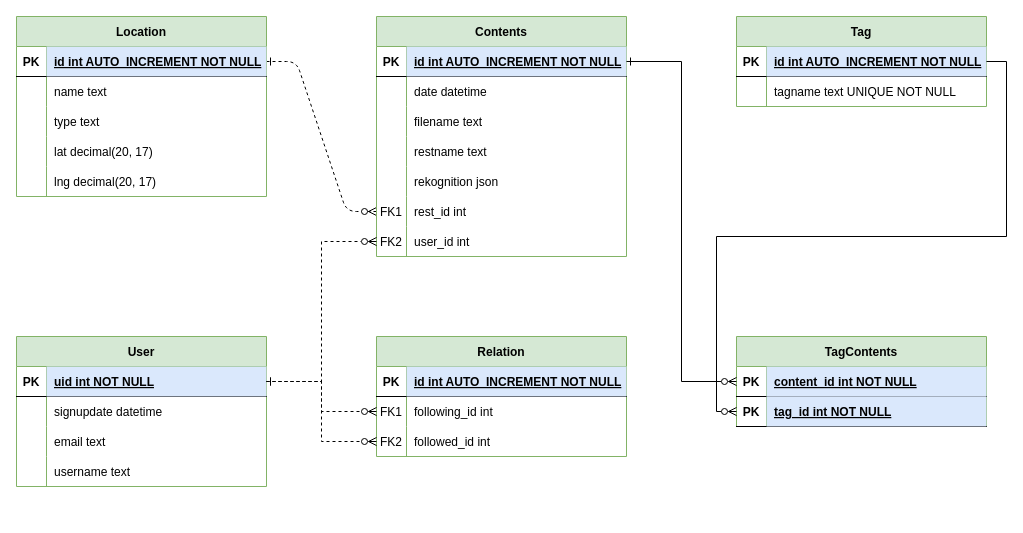
Above: Entity Relation Diagram.drawio in flavor-us/backend (draw.io), before the change. Source tidied: cells renumbered, new cells numbered last; positions are measured from the earlier drawing's top-left corner, leaving out a move shared by most shapes. Both pictures are drawn from the tidied source at 100%, with x=0, y=0 at pixel (16, 16).
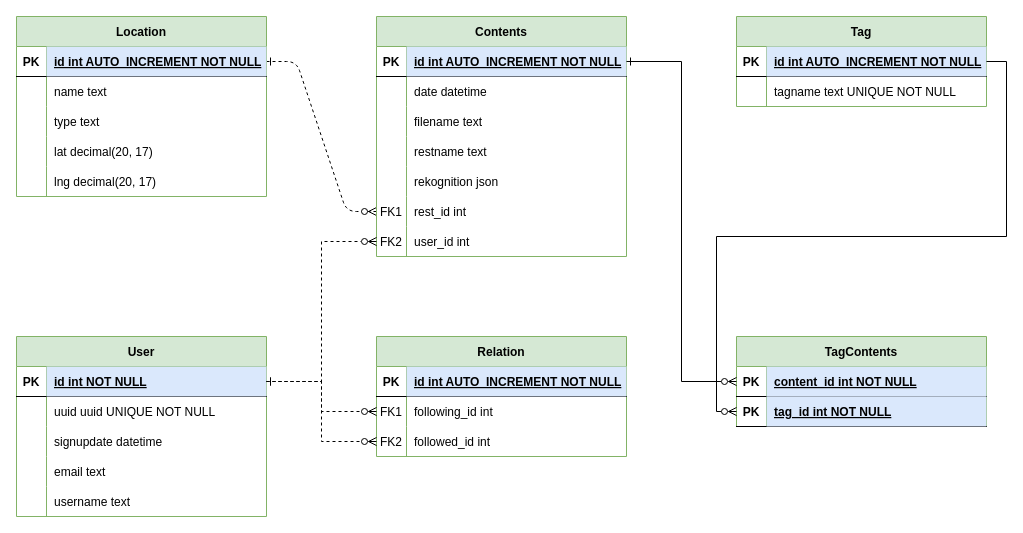
Above is the later version.

Commit message:
#4 add uuid Column, uid -> id at User Table on ERD

The change refers to these unchanged cells:
```xml
<mxCell id="49" style="shape=partialRectangle;fillColor=none;top=0;left=0;bottom=1;right=0;points=[[0,0.5],[1,0.5]];portConstraint=eastwest;" parent="48" vertex="1">
  <mxGeometry y="30" width="250" height="30" as="geometry" />
</mxCell>
<mxCell id="52" style="shape=partialRectangle;fillColor=none;top=0;left=0;bottom=0;right=0;" parent="48" vertex="1">
  <mxGeometry y="60" width="250" height="30" as="geometry" />
</mxCell>
```

Diff of the diagram source:
```diff
@@
     <mxCell id="48" value="User" style="shape=table;startSize=30;childLayout=tableLayout;rowLines=0;fontStyle=1;align=center;fillColor=#d5e8d4;strokeColor=#82b366;" parent="1" vertex="1">
-      <mxGeometry y="320" width="250" height="150" as="geometry" />
+      <mxGeometry y="320" width="250" height="180" as="geometry" />
     </mxCell>
@@
-    <mxCell id="51" value="uid int NOT NULL" style="shape=partialRectangle;fillColor=#dae8fc;top=0;left=0;bottom=0;right=0;align=left;spacingLeft=6;fontStyle=5;overflow=hidden;strokeColor=#6c8ebf;" parent="49" vertex="1">
+    <mxCell id="51" value="id int NOT NULL" style="shape=partialRectangle;fillColor=#dae8fc;top=0;left=0;bottom=0;right=0;align=left;spacingLeft=6;fontStyle=5;overflow=hidden;strokeColor=#6c8ebf;" parent="49" vertex="1">
       <mxGeometry x="30" width="220" height="30" as="geometry" />
     </mxCell>
@@
-    <mxCell id="54" value="signupdate datetime" style="shape=partialRectangle;fillColor=none;top=0;left=0;bottom=0;right=0;align=left;spacingLeft=6;overflow=hidden;" parent="52" vertex="1">
+    <mxCell id="54" value="uuid uuid UNIQUE NOT NULL" style="shape=partialRectangle;fillColor=none;top=0;left=0;bottom=0;right=0;align=left;spacingLeft=6;overflow=hidden;" parent="52" vertex="1">
       <mxGeometry x="30" width="220" height="30" as="geometry" />
     </mxCell>
+    <mxCell id="83" style="shape=partialRectangle;fillColor=none;top=0;left=0;bottom=0;right=0;" parent="48" vertex="1">
+      <mxGeometry y="90" width="250" height="30" as="geometry" />
+    </mxCell>
+    <mxCell id="84" style="shape=partialRectangle;fillColor=none;top=0;left=0;bottom=0;right=0;overflow=hidden;" parent="83" vertex="1">
+      <mxGeometry width="30" height="30" as="geometry" />
+    </mxCell>
+    <mxCell id="85" value="signupdate datetime" style="shape=partialRectangle;fillColor=none;top=0;left=0;bottom=0;right=0;align=left;spacingLeft=6;overflow=hidden;" parent="83" vertex="1">
+      <mxGeometry x="30" width="220" height="30" as="geometry" />
+    </mxCell>
     <mxCell id="55" style="shape=partialRectangle;fillColor=none;top=0;left=0;bottom=0;right=0;" parent="48" vertex="1">
-      <mxGeometry y="90" width="250" height="30" as="geometry" />
+      <mxGeometry y="120" width="250" height="30" as="geometry" />
     </mxCell>
@@
     <mxCell id="58" style="shape=partialRectangle;fillColor=none;top=0;left=0;bottom=0;right=0;" parent="48" vertex="1">
-      <mxGeometry y="120" width="250" height="30" as="geometry" />
+      <mxGeometry y="150" width="250" height="30" as="geometry" />
     </mxCell>
```
